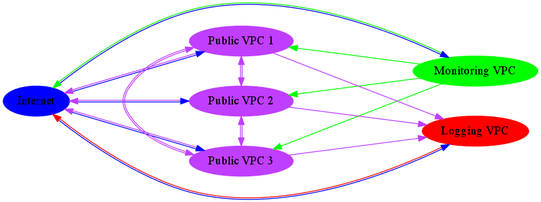
The Graphviz diagram docs/overall_layout.png in jpancoast/cloudsetup, before a commit. Its source is kept beside it as docs/overall_layout.dot.
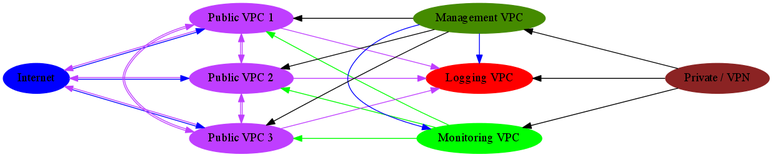
Above is the later version.

Commit message:
added a management VPC

Diff of the diagram source:
```diff
@@ -9,6 +9,10 @@
     "Public VPC 1" [ color = "darkorchid1", style = filled ]
     "Public VPC 2" [ color = "darkorchid1", style = filled ]
     "Public VPC 3" [ color = "darkorchid1", style = filled ]
+
+    "Private / VPN" [ color = "brown4", style = filled ]
+
+    "Management VPC" [ color = "chartreuse4", style = filled ]
 
     ranksep = 2.0
     nodesep = .5
@@ -30,18 +34,30 @@
 
 
     {
-        rank = max;
-        "Monitoring VPC"; "Logging VPC";
+        rank = same;
+        "Monitoring VPC"; "Logging VPC"; "Management VPC";
     }
 
+    {
+        rank = max;
+        "Private / VPN"
+    }
 
 
     "Public VPC 1" -> "Public VPC 2" [dir=both color="darkorchid1:darkorchid1"];
     "Public VPC 1" -> "Public VPC 3" [dir=both color="darkorchid1:darkorchid1"];
     "Public VPC 2" -> "Public VPC 3" [dir=both color="darkorchid1:darkorchid1"];
 
-    Internet -> "Monitoring VPC" [dir=both color="blue:green"];
-    Internet -> "Logging VPC" [dir=both color="blue:red"];
+    "Management VPC" -> "Monitoring VPC" [ color="blue" ];
+    "Management VPC" -> "Logging VPC" [ color="blue" ];
+
+    "Private / VPN" -> "Monitoring VPC"
+    "Private / VPN" -> "Logging VPC"
+    "Private / VPN" -> "Management VPC"
+
+    "Management VPC" -> "Public VPC 1"
+    "Management VPC" -> "Public VPC 2"
+    "Management VPC" -> "Public VPC 3"
 
     "Monitoring VPC" -> "Public VPC 1" [ color="green"];
     "Monitoring VPC" -> "Public VPC 2" [ color="green"];
```
